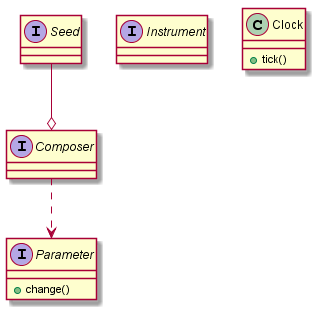
This is uml/daag_cd.png from BenjHawk/daag, a PlantUML export, as it was before one commit.
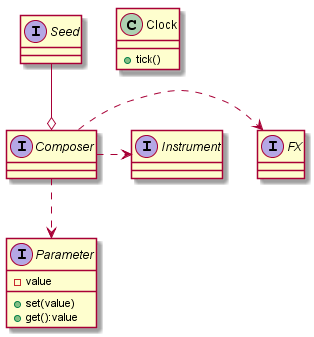
After the commit.

What changed in the source:
```diff
@@ -1,11 +1,15 @@
 @startuml
 
 Interface Parameter {
-	+change()
+	-value
+	+set(value)
+	+get():value
 }
 Interface Instrument
 Interface Composer
 Interface Seed
+Interface FX
+
 
 Class Clock{
 	+tick()
@@ -13,5 +17,7 @@
 
 Composer ..> Parameter
 Seed --o Composer
+Composer .> FX
+Composer .> Instrument
 
 @enduml
```
